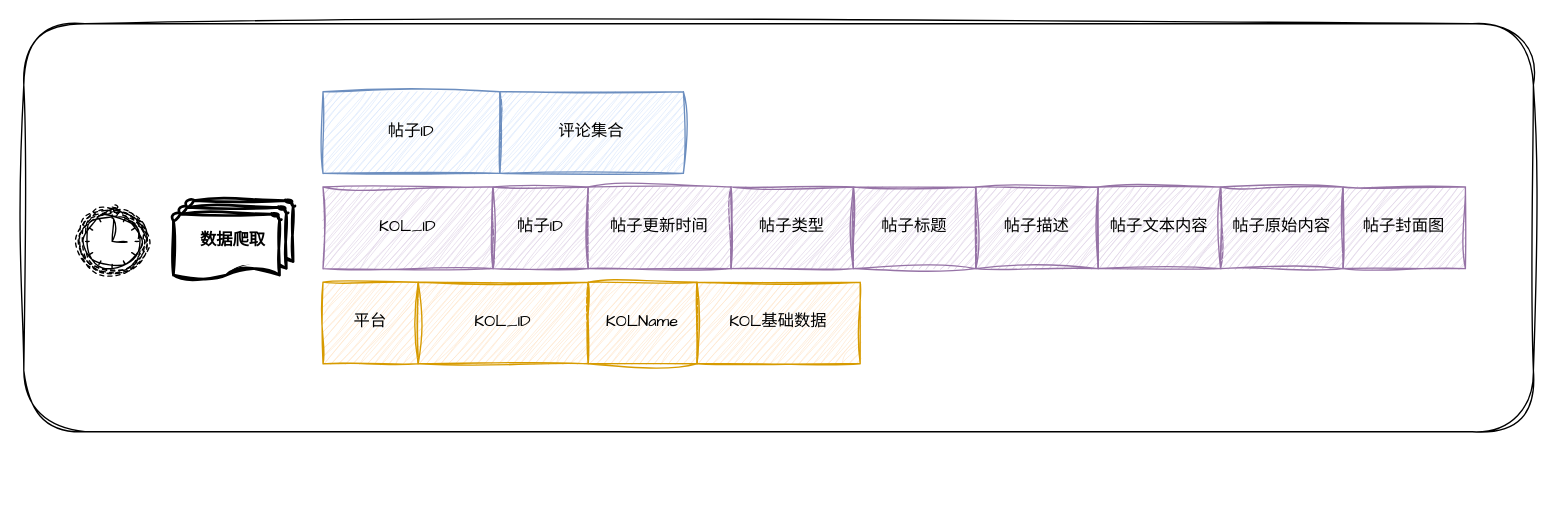
Above: ai-data-extractor.drawio in skindhu/9GAG (draw.io), before the change. Source tidied: cells renumbered, new cells numbered last; positions are measured from the earlier drawing's top-left corner, leaving out a move shared by most shapes. Both pictures are drawn from the tidied source at 136%, with x=0, y=0 at pixel (23, 23).
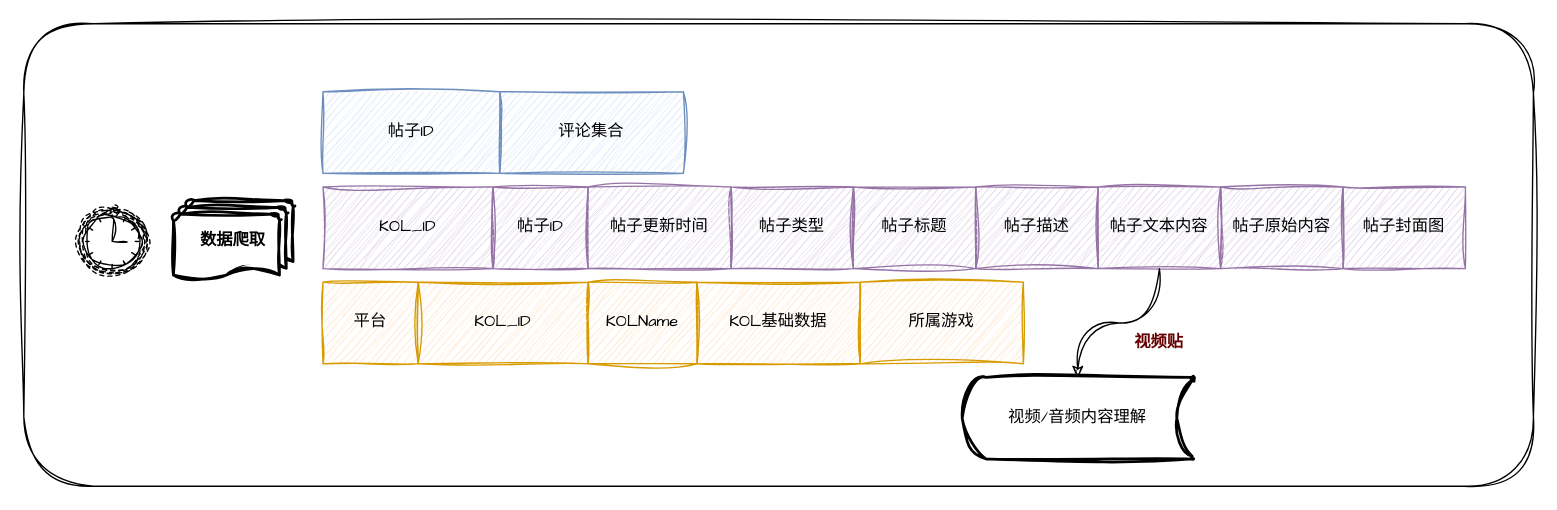
The same page after the edit.

The change refers to these unchanged cells:
```xml
<mxCell id="14" value="帖子文本内容" style="rounded=0;whiteSpace=wrap;html=1;sketch=1;hachureGap=4;jiggle=2;curveFitting=1;fontFamily=Architects Daughter;fillColor=#e1d5e7;strokeColor=#9673a6;" parent="1" vertex="1">
  <mxGeometry x="790" y="120" width="90" height="60" as="geometry" />
</mxCell>
```

Diff of the diagram source:
```diff
@@
     <mxCell id="2" style="rounded=1;whiteSpace=wrap;html=1;sketch=1;hachureGap=4;jiggle=2;curveFitting=1;fontFamily=Architects Daughter;" parent="1" vertex="1">
-      <mxGeometry width="1110" height="300" as="geometry" />
+      <mxGeometry width="1110" height="340" as="geometry" />
     </mxCell>
@@
+    <mxCell id="20" value="视频/音频内容理解" style="strokeWidth=2;html=1;shape=mxgraph.flowchart.stored_data;whiteSpace=wrap;sketch=1;hachureGap=4;jiggle=2;curveFitting=1;fontFamily=Architects Daughter;" parent="1" vertex="1">
+      <mxGeometry x="690" y="260" width="170" height="60" as="geometry" />
+    </mxCell>
+    <mxCell id="21" style="edgeStyle=orthogonalEdgeStyle;rounded=0;sketch=1;hachureGap=4;jiggle=2;curveFitting=1;jettySize=auto;html=1;entryX=0.5;entryY=0;entryDx=0;entryDy=0;entryPerimeter=0;fontFamily=Architects Daughter;curved=1;" parent="1" edge="1" source="14" target="20">
+      <mxGeometry relative="1" as="geometry" />
+    </mxCell>
+    <mxCell id="22" value="视频贴" style="text;html=1;align=center;verticalAlign=middle;whiteSpace=wrap;rounded=0;fontFamily=Architects Daughter;fontColor=#660000;fontStyle=1;" parent="1" vertex="1">
+      <mxGeometry x="805" y="220" width="60" height="30" as="geometry" />
+    </mxCell>
+    <mxCell id="23" value="所属游戏" style="rounded=0;whiteSpace=wrap;html=1;sketch=1;hachureGap=4;jiggle=2;curveFitting=1;fontFamily=Architects Daughter;fillColor=#ffe6cc;strokeColor=#d79b00;" parent="1" vertex="1">
+      <mxGeometry x="615" y="190" width="120" height="60" as="geometry" />
+    </mxCell>
```
